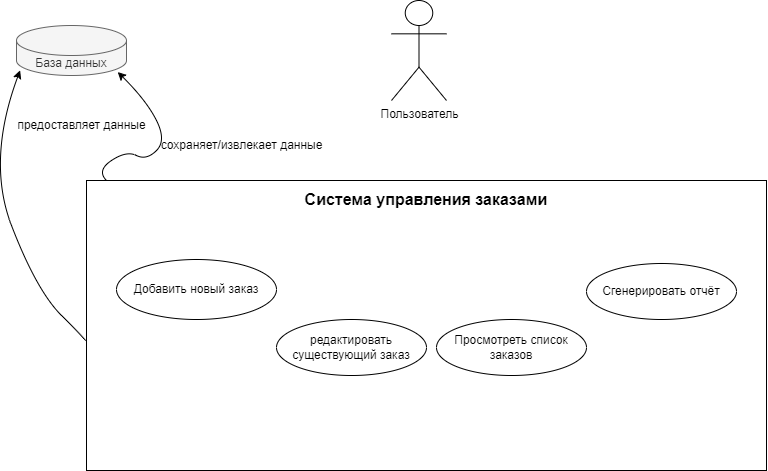
Earlier version of the draw.io export png/Диаграмма вариантов использования.png (ober0/Order-and-customer-accounting-system). Source tidied: cells renumbered, new cells last; positions are measured from the earlier drawing's top-left corner, leaving out a move shared by most shapes.
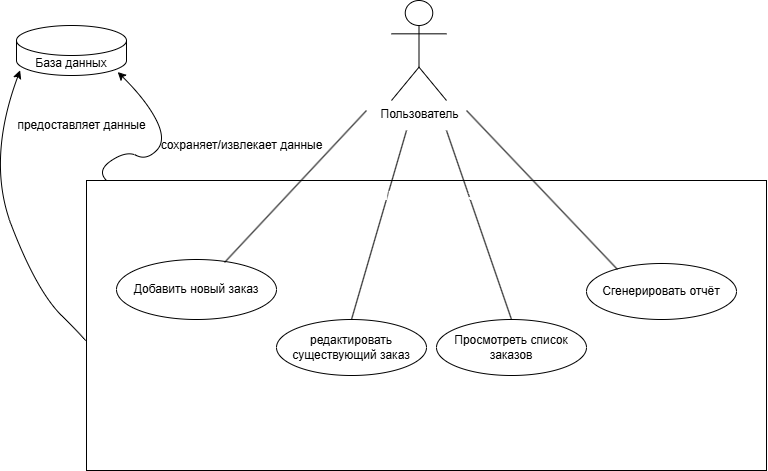
After the commit.

The edit, as a diff of the source:
```diff
@@ -1,54 +1,77 @@
-<mxGraphModel>
+<mxGraphModel background="#FFFFFF">
   <root>
     <mxCell id="0" />
     <mxCell id="1" parent="0" />
-    <mxCell id="2" value="Пользователь" style="shape=umlActor;verticalLabelPosition=bottom;verticalAlign=top;html=1;" parent="1" vertex="1">
+    <mxCell id="2" value="Пользователь" style="shape=umlActor;verticalLabelPosition=bottom;verticalAlign=top;html=1;labelBackgroundColor=none;rounded=0;" parent="1" vertex="1">
       <mxGeometry x="405" width="55" height="100" as="geometry" />
     </mxCell>
-    <mxCell id="3" value="&lt;div style=&quot;padding-top: 0px; margin-top: 0px; margin-bottom: 250px;&quot;&gt;&lt;b style=&quot;background-color: initial; line-height: 140%;&quot;&gt;&lt;font style=&quot;font-size: 16px;&quot;&gt;Система управления заказами&lt;/font&gt;&lt;/b&gt;&lt;/div&gt;" style="html=1;whiteSpace=wrap;align=center;" parent="1" vertex="1">
-      <mxGeometry x="100" y="180" width="680" height="290" as="geometry" />
-    </mxCell>
+    <mxCell id="13" value="&lt;div style=&quot;padding-top: 0px; margin-top: 0px; margin-bottom: 250px;&quot;&gt;&lt;br&gt;&lt;/div&gt;" style="html=1;whiteSpace=wrap;align=center;labelBackgroundColor=none;rounded=0;" parent="1" vertex="1">
+      <mxGeometry x="100" y="180" width="680" height="290" as="geometry" />
+    </mxCell>
-    <mxCell id="4" value="Добавить новый заказ" style="ellipse;whiteSpace=wrap;html=1;" parent="1" vertex="1">
+    <mxCell id="4" value="Добавить новый заказ" style="ellipse;whiteSpace=wrap;html=1;labelBackgroundColor=none;rounded=0;" parent="1" vertex="1">
       <mxGeometry x="130" y="259" width="160" height="60" as="geometry" />
     </mxCell>
-    <mxCell id="5" value="редактировать существующий заказ" style="ellipse;whiteSpace=wrap;html=1;" parent="1" vertex="1">
+    <mxCell id="5" value="редактировать существующий заказ" style="ellipse;whiteSpace=wrap;html=1;labelBackgroundColor=none;rounded=0;" parent="1" vertex="1">
       <mxGeometry x="290" y="319" width="150" height="56" as="geometry" />
     </mxCell>
-    <mxCell id="6" value="Просмотреть список заказов" style="ellipse;whiteSpace=wrap;html=1;" parent="1" vertex="1">
+    <mxCell id="6" value="Просмотреть список заказов" style="ellipse;whiteSpace=wrap;html=1;labelBackgroundColor=none;rounded=0;" parent="1" vertex="1">
       <mxGeometry x="450" y="319" width="150" height="56" as="geometry" />
     </mxCell>
-    <mxCell id="7" value="Сгенерировать отчёт" style="ellipse;whiteSpace=wrap;html=1;" parent="1" vertex="1">
+    <mxCell id="7" value="Сгенерировать отчёт" style="ellipse;whiteSpace=wrap;html=1;labelBackgroundColor=none;rounded=0;" parent="1" vertex="1">
       <mxGeometry x="600" y="263" width="150" height="56" as="geometry" />
     </mxCell>
-    <mxCell id="8" value="База данных" style="shape=cylinder3;whiteSpace=wrap;html=1;boundedLbl=1;backgroundOutline=1;size=15;fillColor=#f5f5f5;fontColor=#333333;strokeColor=#666666;" parent="1" vertex="1">
+    <mxCell id="8" value="База данных" style="shape=cylinder3;whiteSpace=wrap;html=1;boundedLbl=1;backgroundOutline=1;size=15;labelBackgroundColor=none;rounded=0;" parent="1" vertex="1">
       <mxGeometry x="30" y="25" width="110" height="50" as="geometry" />
     </mxCell>
-    <mxCell id="9" style="curved=1;endArrow=classic;html=1;rounded=0;entryX=0.92;entryY=0.93;entryDx=0;entryDy=0;entryPerimeter=0;" parent="1" edge="1" target="8">
-      <mxGeometry relative="1" as="geometry">
-        <mxPoint x="120" y="180" as="sourcePoint" />
-        <Array as="points">
-          <mxPoint x="110" y="170" />
-          <mxPoint x="140" y="150" />
-          <mxPoint x="160" y="160" />
-          <mxPoint x="180" y="140" />
-          <mxPoint x="160" y="100" />
-        </Array>
-      </mxGeometry>
-    </mxCell>
-    <mxCell id="10" style="curved=1;endArrow=classic;html=1;rounded=0;exitX=-0.002;exitY=0.554;exitDx=0;exitDy=0;exitPerimeter=0;entryX=0.033;entryY=0.897;entryDx=0;entryDy=0;entryPerimeter=0;" parent="1" edge="1" source="3" target="8">
-      <mxGeometry relative="1" as="geometry">
-        <Array as="points">
-          <mxPoint x="100" y="340" />
-          <mxPoint x="50" y="290" />
-          <mxPoint y="160" />
-        </Array>
-      </mxGeometry>
-    </mxCell>
+    <mxCell id="14" style="curved=1;endArrow=classic;html=1;rounded=0;entryX=0.92;entryY=0.93;entryDx=0;entryDy=0;entryPerimeter=0;labelBackgroundColor=none;fontColor=default;" parent="1" edge="1" target="8">
+      <mxGeometry relative="1" as="geometry">
+        <mxPoint x="120" y="180" as="sourcePoint" />
+        <Array as="points">
+          <mxPoint x="110" y="170" />
+          <mxPoint x="140" y="150" />
+          <mxPoint x="160" y="160" />
+          <mxPoint x="180" y="140" />
+          <mxPoint x="160" y="100" />
+        </Array>
+      </mxGeometry>
+    </mxCell>
+    <mxCell id="15" style="curved=1;endArrow=classic;html=1;rounded=0;exitX=-0.002;exitY=0.554;exitDx=0;exitDy=0;exitPerimeter=0;entryX=0.033;entryY=0.897;entryDx=0;entryDy=0;entryPerimeter=0;labelBackgroundColor=none;fontColor=default;" parent="1" edge="1" source="13" target="8">
+      <mxGeometry relative="1" as="geometry">
+        <Array as="points">
+          <mxPoint x="100" y="340" />
+          <mxPoint x="50" y="290" />
+          <mxPoint y="160" />
+        </Array>
+      </mxGeometry>
+    </mxCell>
-    <mxCell id="11" value="предоставляет данные" style="text;html=1;align=center;verticalAlign=middle;strokeColor=none;fillColor=none;" parent="1" vertex="1">
+    <mxCell id="11" value="предоставляет данные" style="text;html=1;align=center;verticalAlign=middle;labelBackgroundColor=none;rounded=0;" parent="1" vertex="1">
       <mxGeometry x="20" y="110" width="150" height="30" as="geometry" />
     </mxCell>
-    <mxCell id="12" value="сохраняет/извлекает данные" style="text;html=1;align=center;verticalAlign=middle;strokeColor=none;fillColor=none;" parent="1" vertex="1">
+    <mxCell id="12" value="сохраняет/извлекает данные" style="text;html=1;align=center;verticalAlign=middle;labelBackgroundColor=none;rounded=0;" parent="1" vertex="1">
       <mxGeometry x="160" y="130" width="190" height="30" as="geometry" />
     </mxCell>
+    <mxCell id="16" style="endArrow=none;startArrow=none;endFill=0;startFill=0;endSize=8;html=1;verticalAlign=bottom;labelBackgroundColor=none;strokeWidth=1;rounded=0;exitX=0.675;exitY=0.05;exitDx=0;exitDy=0;exitPerimeter=0;fontColor=default;" parent="1" edge="1" source="4">
+      <mxGeometry relative="1" as="geometry">
+        <mxPoint x="380" y="110" as="targetPoint" />
+      </mxGeometry>
+    </mxCell>
+    <mxCell id="17" style="endArrow=none;startArrow=none;endFill=0;startFill=0;endSize=8;html=1;verticalAlign=bottom;labelBackgroundColor=none;strokeWidth=1;rounded=0;exitX=0.5;exitY=0;exitDx=0;exitDy=0;fontColor=default;" parent="1" edge="1" source="5">
+      <mxGeometry relative="1" as="geometry">
+        <mxPoint x="420" y="130" as="targetPoint" />
+      </mxGeometry>
+    </mxCell>
+    <mxCell id="18" style="endArrow=none;startArrow=none;endFill=0;startFill=0;endSize=8;html=1;verticalAlign=bottom;labelBackgroundColor=none;strokeWidth=1;rounded=0;exitX=0.5;exitY=0;exitDx=0;exitDy=0;fontColor=default;" parent="1" edge="1" source="6">
+      <mxGeometry relative="1" as="geometry">
+        <mxPoint x="460" y="130" as="targetPoint" />
+      </mxGeometry>
+    </mxCell>
+    <mxCell id="19" style="endArrow=none;startArrow=none;endFill=0;startFill=0;endSize=8;html=1;verticalAlign=bottom;labelBackgroundColor=none;strokeWidth=1;rounded=0;exitX=0.207;exitY=0.107;exitDx=0;exitDy=0;exitPerimeter=0;fontColor=default;" parent="1" edge="1" source="7">
+      <mxGeometry relative="1" as="geometry">
+        <mxPoint x="480" y="110" as="targetPoint" />
+      </mxGeometry>
+    </mxCell>
+    <mxCell id="3" value="&lt;b style=&quot;color: rgb(255, 255, 255); background-color: initial; line-height: 16.8px;&quot;&gt;&lt;font style=&quot;font-size: 16px;&quot;&gt;Система управления заказами&lt;/font&gt;&lt;/b&gt;" style="text;html=1;align=center;verticalAlign=middle;whiteSpace=wrap;rounded=0;fillColor=none;labelBackgroundColor=none;" parent="1" vertex="1">
+      <mxGeometry x="297.5" y="180" width="270" height="30" as="geometry" />
+    </mxCell>
   </root>
 </mxGraphModel>
```
